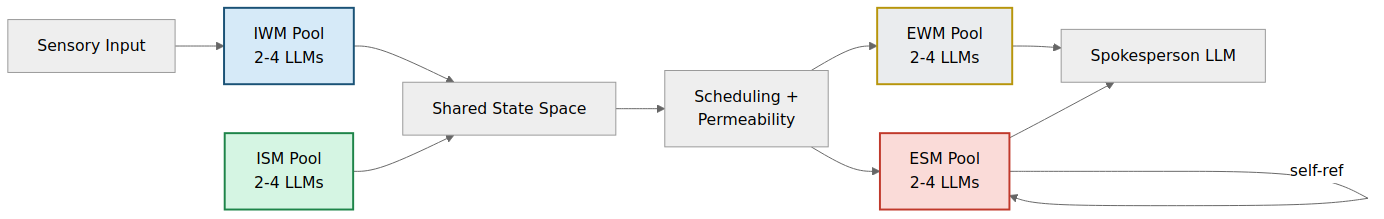
JeltzProstetnic/aIware keeps this Mermaid diagram as docs/engineering/designs/pdf/png/design-05-simple.png. Above is the earlier version. Its source is kept beside it as docs/engineering/designs/pdf/mmd/design-05-simple.mmd.
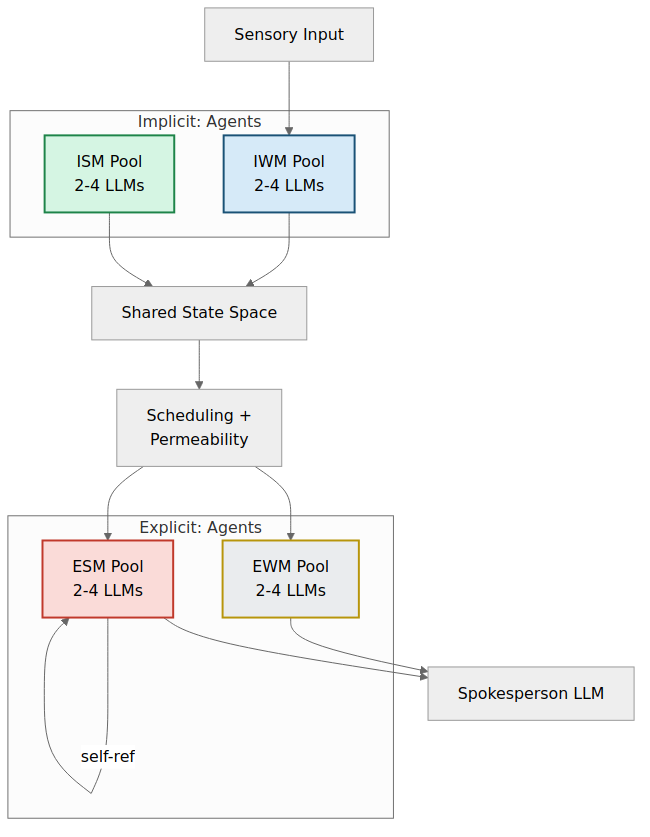
Later version of the same file.

The edit, as a diff of the source:
```diff
@@ -1,10 +1,18 @@
-graph LR
-    SENS[Sensory Input] --> IWMP[IWM Pool<br/>2-4 LLMs]
-    IWMP --> SS[Shared State Space]
-    ISMP[ISM Pool<br/>2-4 LLMs] --> SS
-    SS --> SCHED[Scheduling +<br/>Permeability]
-    SCHED --> EWMP[EWM Pool<br/>2-4 LLMs]
-    SCHED --> ESMP[ESM Pool<br/>2-4 LLMs]
+graph TD
+    SENS[Sensory Input] --> IWMP
+    subgraph IMPL["Implicit: Agents"]
+        IWMP["IWM Pool<br/>2-4 LLMs"]
+        ISMP["ISM Pool<br/>2-4 LLMs"]
+    end
+    IWMP --> SS["Shared State Space"]
+    ISMP --> SS
+    SS --> SCHED["Scheduling +<br/>Permeability"]
+    SCHED --> EWMP
+    SCHED --> ESMP
+    subgraph EXPL["Explicit: Agents"]
+        EWMP["EWM Pool<br/>2-4 LLMs"]
+        ESMP["ESM Pool<br/>2-4 LLMs"]
+    end
     ESMP -->|self-ref| ESMP
     EWMP --> SPOKE[Spokesperson LLM]
     ESMP --> SPOKE
```
